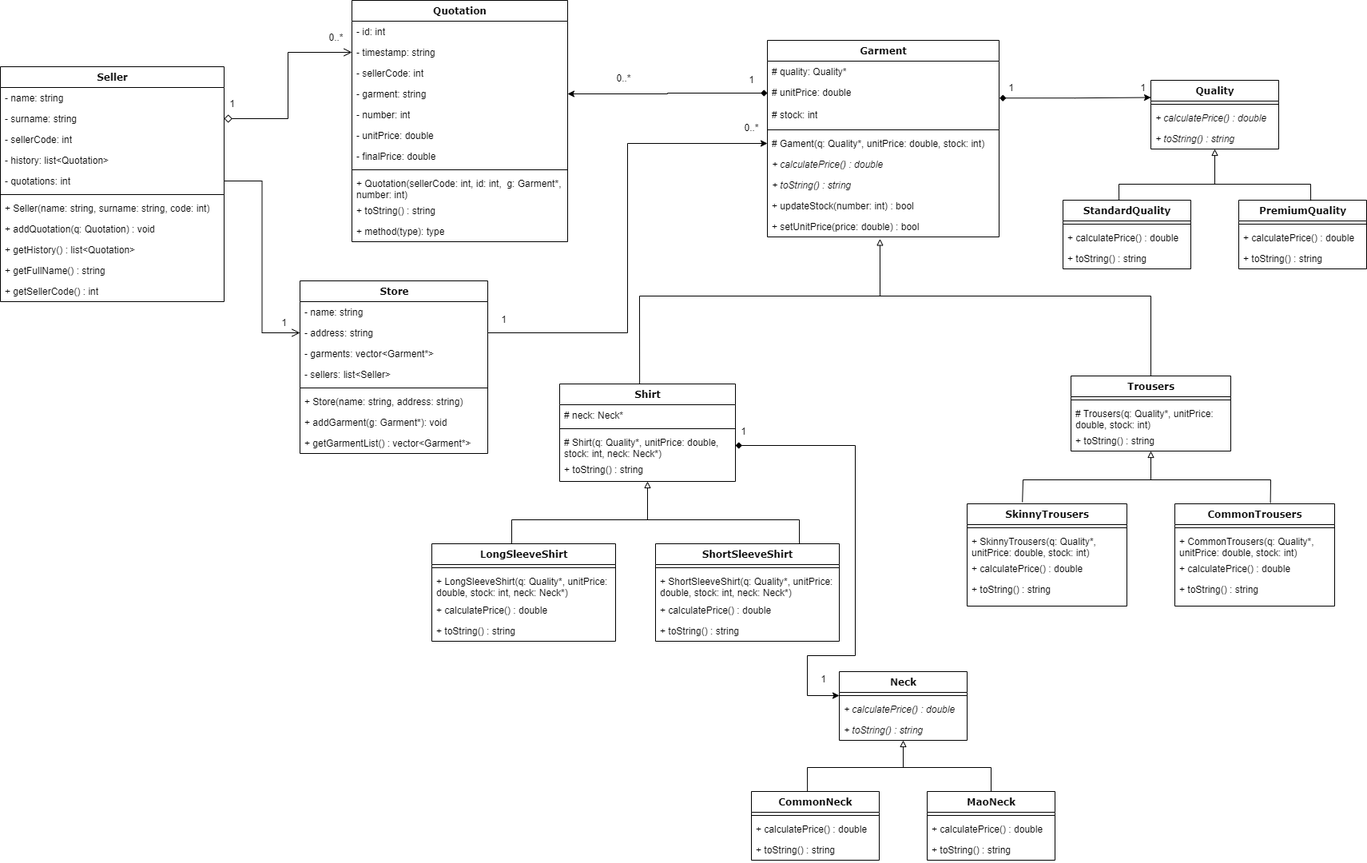
The draw.io diagram Diagrama-UML.png in lukein77/desafio-quark, before a commit. Source tidied: cells renumbered, new cells last; positions are measured from the earlier drawing's top-left corner, leaving out a move shared by most shapes.
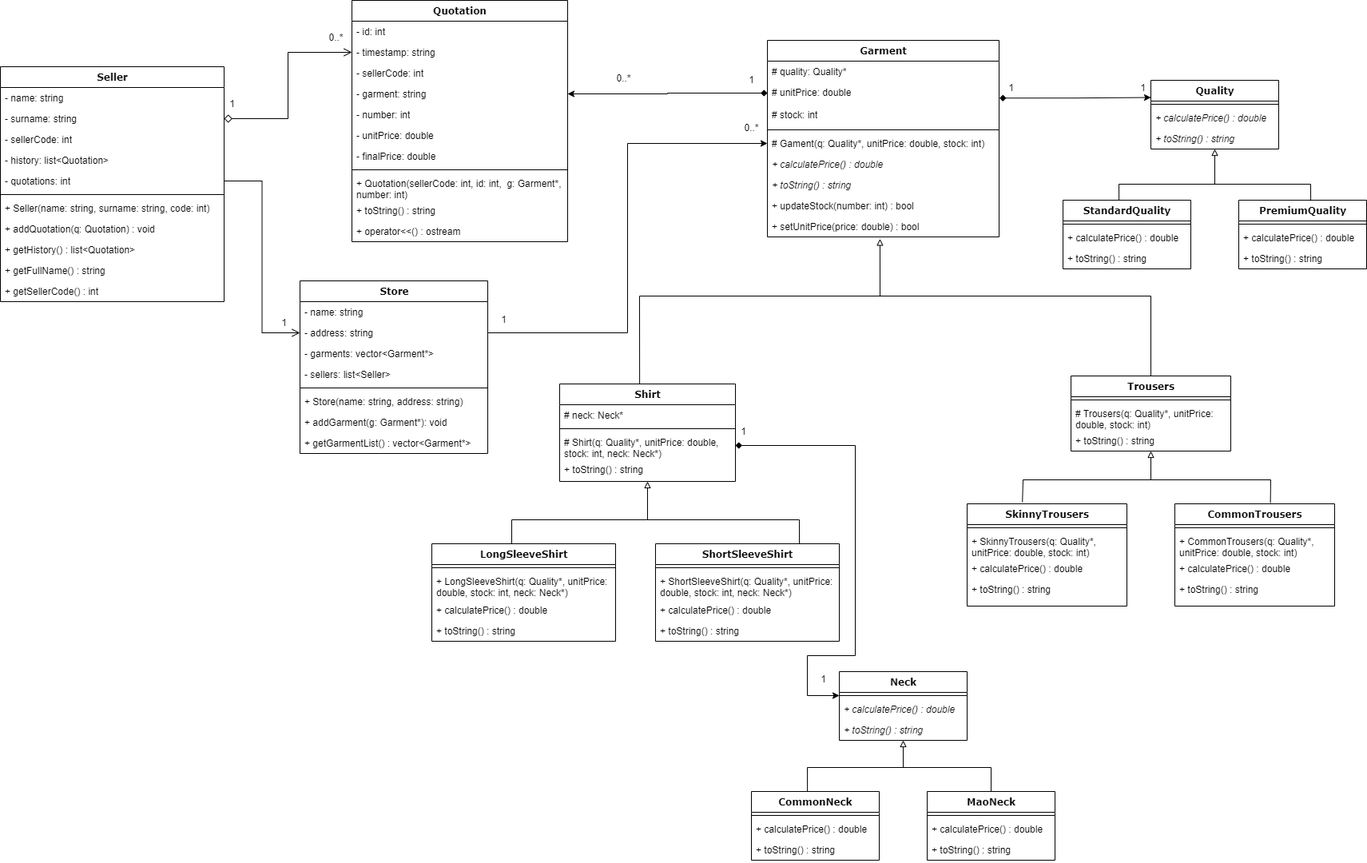
After the change.

Commit message:
Added UML class diagram

What changed in the source:
```diff
@@ -71,7 +71,7 @@
     <mxCell id="24" value="+ toString() : string" style="text;html=1;strokeColor=none;fillColor=none;align=left;verticalAlign=top;spacingLeft=4;spacingRight=4;whiteSpace=wrap;overflow=hidden;" parent="14" vertex="1">
       <mxGeometry y="250" width="270" height="26" as="geometry" />
     </mxCell>
-    <mxCell id="25" value="+ method(type): type" style="text;html=1;strokeColor=none;fillColor=none;align=left;verticalAlign=top;spacingLeft=4;spacingRight=4;whiteSpace=wrap;overflow=hidden;" parent="14" vertex="1">
+    <mxCell id="25" value="+ operator&amp;lt;&amp;lt;() : ostream" style="text;html=1;strokeColor=none;fillColor=none;align=left;verticalAlign=top;spacingLeft=4;spacingRight=4;whiteSpace=wrap;overflow=hidden;" parent="14" vertex="1">
       <mxGeometry y="276" width="270" height="26" as="geometry" />
     </mxCell>
     <mxCell id="26" value="Store" style="swimlane;html=1;fontStyle=1;align=center;verticalAlign=top;horizontal=1;startSize=26;swimlaneFillColor=#ffffff;rounded=0;shadow=0;comic=0;labelBackgroundColor=none;strokeWidth=1;fillColor=none;fontFamily=Verdana;fontSize=12;" parent="1" vertex="1">
```
